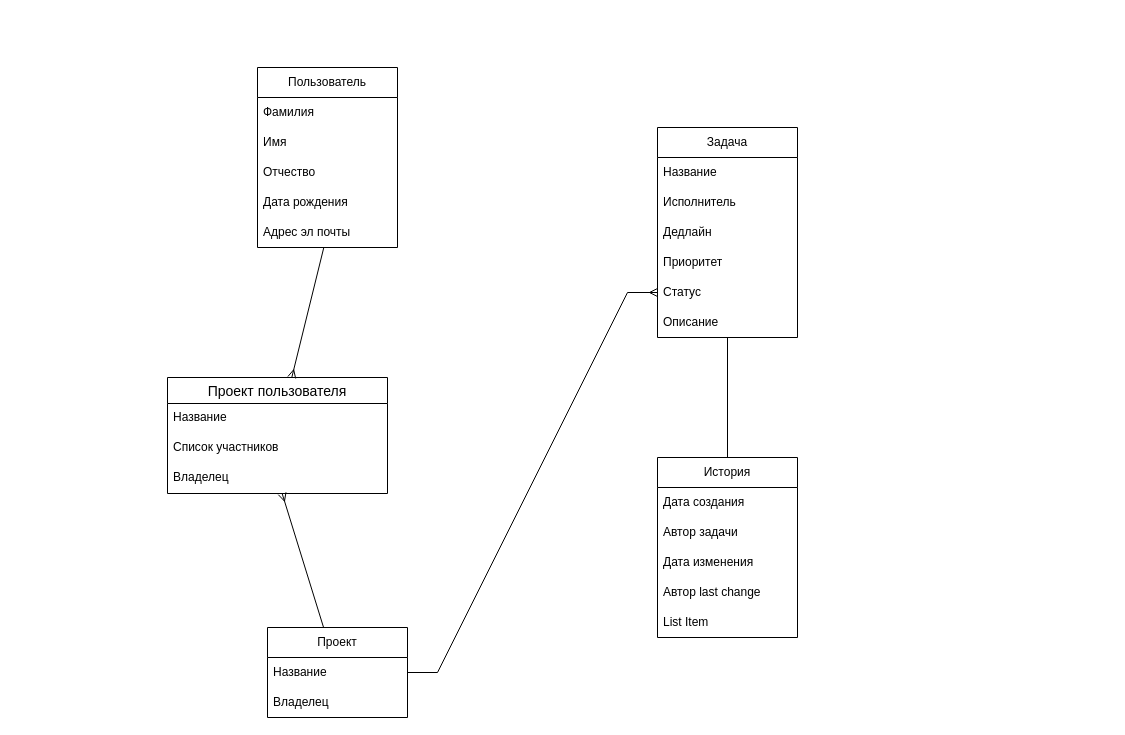
This is page "ER-диаграмма" (1 of 3) of doc/erd.drawio from DeeMassG/Task-Tracker, a draw.io file, before an edit. Source tidied: cells renumbered, new cells numbered last; positions are measured from the earlier drawing's top-left corner, leaving out a move shared by most shapes. Both pictures are drawn from the tidied source at 100%, with x=0, y=0 at pixel (167, 67).
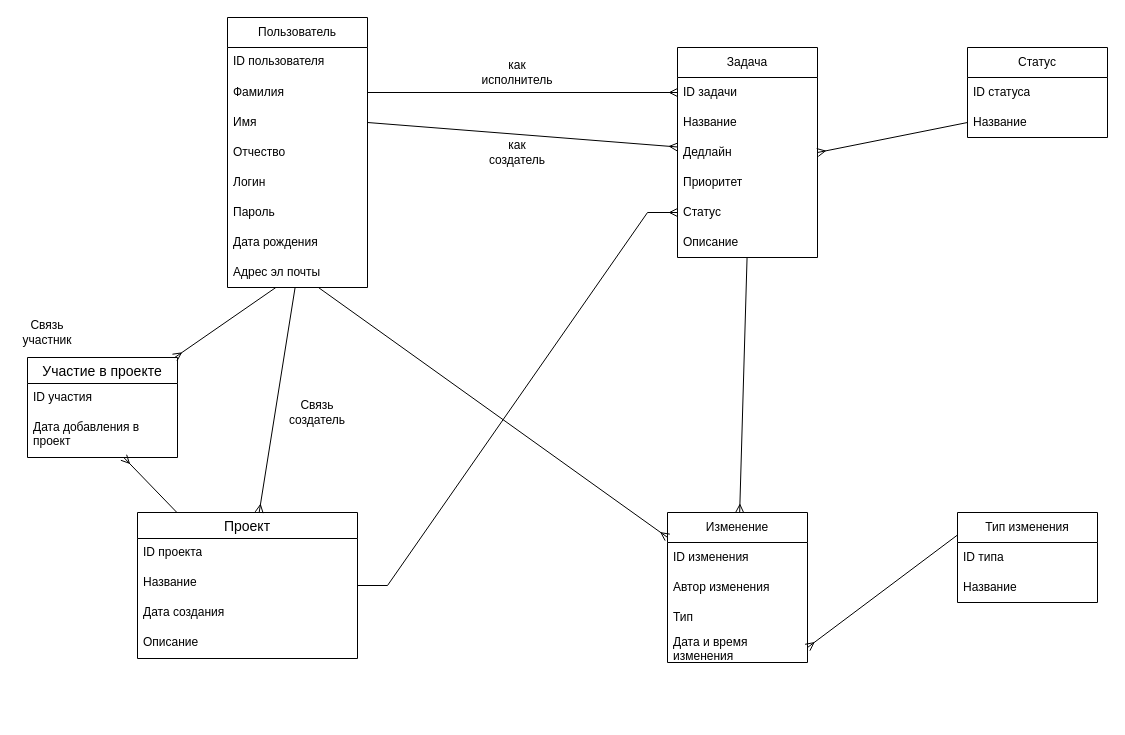
After the change.

The change refers to these unchanged cells:
```xml
<mxCell id="14" value="Дедлайн" style="text;strokeColor=none;fillColor=none;align=left;verticalAlign=middle;spacingLeft=4;spacingRight=4;overflow=hidden;points=[[0,0.5],[1,0.5]];portConstraint=eastwest;whiteSpace=wrap;html=1;" parent="11" vertex="1">
  <mxGeometry y="90" width="140" height="30" as="geometry" />
</mxCell>
<mxCell id="16" value="Статус" style="text;strokeColor=none;fillColor=none;align=left;verticalAlign=middle;spacingLeft=4;spacingRight=4;overflow=hidden;points=[[0,0.5],[1,0.5]];portConstraint=eastwest;whiteSpace=wrap;html=1;" parent="11" vertex="1">
  <mxGeometry y="150" width="140" height="30" as="geometry" />
</mxCell>
<mxCell id="17" value="Описание" style="text;strokeColor=none;fillColor=none;align=left;verticalAlign=middle;spacingLeft=4;spacingRight=4;overflow=hidden;points=[[0,0.5],[1,0.5]];portConstraint=eastwest;whiteSpace=wrap;html=1;" parent="11" vertex="1">
  <mxGeometry y="180" width="140" height="30" as="geometry" />
</mxCell>
```

The edit, as a diff of the source:
```diff
@@
     <mxCell id="2" value="Пользователь" style="swimlane;fontStyle=0;horizontal=1;startSize=30;whiteSpace=wrap;html=1;" parent="1" vertex="1">
-      <mxGeometry x="90" width="140" height="180" as="geometry" />
+      <mxGeometry x="60" y="-50" width="140" height="270" as="geometry" />
     </mxCell>
+    <mxCell id="32" value="ID пользователя" style="text;strokeColor=none;fillColor=none;spacingLeft=4;spacingRight=4;overflow=hidden;fontSize=12;whiteSpace=wrap;html=1;" parent="2" vertex="1">
+      <mxGeometry y="30" width="140" height="30" as="geometry" />
+    </mxCell>
     <mxCell id="3" value="Фамилия" style="text;strokeColor=none;fillColor=none;align=left;verticalAlign=middle;spacingLeft=4;spacingRight=4;overflow=hidden;points=[[0,0.5],[1,0.5]];portConstraint=eastwest;whiteSpace=wrap;html=1;" parent="2" vertex="1">
-      <mxGeometry y="30" width="140" height="30" as="geometry" />
+      <mxGeometry y="60" width="140" height="30" as="geometry" />
     </mxCell>
     <mxCell id="4" value="Имя" style="text;strokeColor=none;fillColor=none;align=left;verticalAlign=middle;spacingLeft=4;spacingRight=4;overflow=hidden;points=[[0,0.5],[1,0.5]];portConstraint=eastwest;whiteSpace=wrap;html=1;" parent="2" vertex="1">
-      <mxGeometry y="60" width="140" height="30" as="geometry" />
+      <mxGeometry y="90" width="140" height="30" as="geometry" />
     </mxCell>
     <mxCell id="5" value="Отчество" style="text;strokeColor=none;fillColor=none;align=left;verticalAlign=middle;spacingLeft=4;spacingRight=4;overflow=hidden;whiteSpace=wrap;html=1;" parent="2" vertex="1">
-      <mxGeometry y="90" width="140" height="30" as="geometry" />
+      <mxGeometry y="120" width="140" height="30" as="geometry" />
     </mxCell>
+    <mxCell id="33" value="&lt;span style=&quot;text-align: center;&quot;&gt;Логин&lt;/span&gt;" style="text;strokeColor=none;fillColor=none;align=left;verticalAlign=middle;spacingLeft=4;spacingRight=4;overflow=hidden;whiteSpace=wrap;html=1;" parent="2" vertex="1">
+      <mxGeometry y="150" width="140" height="30" as="geometry" />
+    </mxCell>
+    <mxCell id="34" value="&lt;span style=&quot;text-align: center;&quot;&gt;Пароль&lt;/span&gt;" style="text;strokeColor=none;fillColor=none;align=left;verticalAlign=middle;spacingLeft=4;spacingRight=4;overflow=hidden;whiteSpace=wrap;html=1;" parent="2" vertex="1">
+      <mxGeometry y="180" width="140" height="30" as="geometry" />
+    </mxCell>
     <mxCell id="6" value="&lt;span style=&quot;text-align: center;&quot;&gt;Дата рождения&lt;/span&gt;" style="text;strokeColor=none;fillColor=none;align=left;verticalAlign=middle;spacingLeft=4;spacingRight=4;overflow=hidden;whiteSpace=wrap;html=1;" parent="2" vertex="1">
-      <mxGeometry y="120" width="140" height="30" as="geometry" />
+      <mxGeometry y="210" width="140" height="30" as="geometry" />
     </mxCell>
     <mxCell id="7" value="Адрес эл почты" style="text;strokeColor=none;fillColor=none;align=left;verticalAlign=middle;spacingLeft=4;spacingRight=4;overflow=hidden;points=[[0,0.5],[1,0.5]];portConstraint=eastwest;whiteSpace=wrap;html=1;" parent="2" vertex="1">
-      <mxGeometry y="150" width="140" height="30" as="geometry" />
+      <mxGeometry y="240" width="140" height="30" as="geometry" />
     </mxCell>
-    <mxCell id="8" value="Проект" style="swimlane;fontStyle=0;horizontal=1;startSize=30;whiteSpace=wrap;html=1;" parent="1" vertex="1">
-      <mxGeometry x="100" y="560" width="140" height="90" as="geometry" />
-    </mxCell>
-    <mxCell id="9" value="Название" style="text;strokeColor=none;fillColor=none;align=left;verticalAlign=middle;spacingLeft=4;spacingRight=4;overflow=hidden;whiteSpace=wrap;html=1;" parent="8" vertex="1">
-      <mxGeometry y="30" width="140" height="30" as="geometry" />
-    </mxCell>
-    <mxCell id="10" value="Владелец" style="text;strokeColor=none;fillColor=none;align=left;verticalAlign=middle;spacingLeft=4;spacingRight=4;overflow=hidden;whiteSpace=wrap;html=1;" parent="8" vertex="1">
-      <mxGeometry y="60" width="140" height="30" as="geometry" />
-    </mxCell>
     <mxCell id="11" value="Задача" style="swimlane;fontStyle=0;horizontal=1;startSize=30;whiteSpace=wrap;html=1;" parent="1" vertex="1">
-      <mxGeometry x="490" y="60" width="140" height="210" as="geometry" />
+      <mxGeometry x="510" y="-20" width="140" height="210" as="geometry" />
     </mxCell>
+    <mxCell id="35" value="ID задачи" style="text;strokeColor=none;fillColor=none;align=left;verticalAlign=middle;spacingLeft=4;spacingRight=4;overflow=hidden;points=[[0,0.5],[1,0.5]];portConstraint=eastwest;whiteSpace=wrap;html=1;" parent="11" vertex="1">
+      <mxGeometry y="30" width="140" height="30" as="geometry" />
+    </mxCell>
     <mxCell id="12" value="Название" style="text;strokeColor=none;fillColor=none;align=left;verticalAlign=middle;spacingLeft=4;spacingRight=4;overflow=hidden;whiteSpace=wrap;html=1;" parent="11" vertex="1">
-      <mxGeometry y="30" width="140" height="30" as="geometry" />
+      <mxGeometry y="60" width="140" height="30" as="geometry" />
     </mxCell>
-    <mxCell id="13" value="Исполнитель" style="text;strokeColor=none;fillColor=none;align=left;verticalAlign=middle;spacingLeft=4;spacingRight=4;overflow=hidden;whiteSpace=wrap;html=1;" parent="11" vertex="1">
-      <mxGeometry y="60" width="140" height="30" as="geometry" />
-    </mxCell>
@@
-    <mxCell id="18" value="История" style="swimlane;fontStyle=0;horizontal=1;startSize=30;whiteSpace=wrap;html=1;" parent="1" vertex="1">
-      <mxGeometry x="490" y="390" width="140" height="180" as="geometry" />
+    <mxCell id="18" value="Изменение" style="swimlane;fontStyle=0;horizontal=1;startSize=30;whiteSpace=wrap;html=1;" parent="1" vertex="1">
+      <mxGeometry x="500" y="445" width="140" height="150" as="geometry" />
     </mxCell>
-    <mxCell id="19" value="Дата создания" style="text;strokeColor=none;fillColor=none;align=left;verticalAlign=middle;spacingLeft=4;spacingRight=4;overflow=hidden;whiteSpace=wrap;html=1;" parent="18" vertex="1">
+    <mxCell id="19" value="ID изменения" style="text;strokeColor=none;fillColor=none;align=left;verticalAlign=middle;spacingLeft=4;spacingRight=4;overflow=hidden;whiteSpace=wrap;html=1;" parent="18" vertex="1">
       <mxGeometry y="30" width="140" height="30" as="geometry" />
     </mxCell>
-    <mxCell id="20" value="Автор задачи" style="text;strokeColor=none;fillColor=none;align=left;verticalAlign=middle;spacingLeft=4;spacingRight=4;overflow=hidden;whiteSpace=wrap;html=1;" parent="18" vertex="1">
-      <mxGeometry y="60" width="140" height="30" as="geometry" />
-    </mxCell>
-    <mxCell id="21" value="Дата изменения" style="text;strokeColor=none;fillColor=none;align=left;verticalAlign=middle;spacingLeft=4;spacingRight=4;overflow=hidden;whiteSpace=wrap;html=1;" parent="18" vertex="1">
-      <mxGeometry y="90" width="140" height="30" as="geometry" />
-    </mxCell>
-    <mxCell id="22" value="Автор last change" style="text;strokeColor=none;fillColor=none;align=left;verticalAlign=middle;spacingLeft=4;spacingRight=4;overflow=hidden;whiteSpace=wrap;html=1;" parent="18" vertex="1">
-      <mxGeometry y="120" width="140" height="30" as="geometry" />
-    </mxCell>
-    <mxCell id="23" value="List Item" style="text;strokeColor=none;fillColor=none;align=left;verticalAlign=middle;spacingLeft=4;spacingRight=4;overflow=hidden;whiteSpace=wrap;html=1;" parent="18" vertex="1">
-      <mxGeometry y="150" width="140" height="30" as="geometry" />
-    </mxCell>
+    <mxCell id="36" value="Автор изменения" style="text;strokeColor=none;fillColor=none;align=left;verticalAlign=middle;spacingLeft=4;spacingRight=4;overflow=hidden;whiteSpace=wrap;html=1;" parent="18" vertex="1">
+      <mxGeometry y="60" width="140" height="30" as="geometry" />
+    </mxCell>
+    <mxCell id="37" value="Тип" style="text;strokeColor=none;fillColor=none;align=left;verticalAlign=middle;spacingLeft=4;spacingRight=4;overflow=hidden;whiteSpace=wrap;html=1;" parent="18" vertex="1">
+      <mxGeometry y="90" width="140" height="30" as="geometry" />
+    </mxCell>
+    <mxCell id="38" value="Дата и время изменения" style="text;strokeColor=none;fillColor=none;align=left;verticalAlign=middle;spacingLeft=4;spacingRight=4;overflow=hidden;points=[[0,0.5],[1,0.5]];portConstraint=eastwest;whiteSpace=wrap;html=1;" parent="18" vertex="1">
+      <mxGeometry y="120" width="140" height="30" as="geometry" />
+    </mxCell>
-    <mxCell id="24" value="Проект пользователя" style="swimlane;fontStyle=0;horizontal=1;startSize=26;align=center;fontSize=14;" parent="1" vertex="1">
-      <mxGeometry y="310" width="220" height="116" as="geometry" />
+    <mxCell id="24" value="Проект" style="swimlane;fontStyle=0;horizontal=1;startSize=26;align=center;fontSize=14;" parent="1" vertex="1">
+      <mxGeometry x="-30" y="445" width="220" height="146" as="geometry" />
     </mxCell>
+    <mxCell id="39" value="ID проекта" style="text;strokeColor=none;fillColor=none;spacingLeft=4;spacingRight=4;overflow=hidden;fontSize=12;whiteSpace=wrap;html=1;" parent="24" vertex="1">
+      <mxGeometry y="26" width="220" height="30" as="geometry" />
+    </mxCell>
     <mxCell id="25" value="Название" style="text;strokeColor=none;fillColor=none;spacingLeft=4;spacingRight=4;overflow=hidden;fontSize=12;whiteSpace=wrap;html=1;" parent="24" vertex="1">
-      <mxGeometry y="26" width="220" height="30" as="geometry" />
+      <mxGeometry y="56" width="220" height="30" as="geometry" />
     </mxCell>
-    <mxCell id="26" value="Список участников" style="text;strokeColor=none;fillColor=none;spacingLeft=4;spacingRight=4;overflow=hidden;fontSize=12;whiteSpace=wrap;html=1;" parent="24" vertex="1">
-      <mxGeometry y="56" width="220" height="30" as="geometry" />
-    </mxCell>
-    <mxCell id="27" value="Владелец" style="text;strokeColor=none;fillColor=none;spacingLeft=4;spacingRight=4;overflow=hidden;points=[[0,0.5],[1,0.5]];portConstraint=eastwest;fontSize=12;whiteSpace=wrap;html=1;" parent="24" vertex="1">
+    <mxCell id="27" value="Дата создания" style="text;strokeColor=none;fillColor=none;spacingLeft=4;spacingRight=4;overflow=hidden;points=[[0,0.5],[1,0.5]];portConstraint=eastwest;fontSize=12;whiteSpace=wrap;html=1;" parent="24" vertex="1">
       <mxGeometry y="86" width="220" height="30" as="geometry" />
     </mxCell>
+    <mxCell id="40" value="Описание&amp;nbsp;" style="text;strokeColor=none;fillColor=none;spacingLeft=4;spacingRight=4;overflow=hidden;fontSize=12;whiteSpace=wrap;html=1;" parent="24" vertex="1">
+      <mxGeometry y="116" width="220" height="30" as="geometry" />
+    </mxCell>
@@
-    <mxCell id="29" style="fontSize=12;html=1;endArrow=ERmany;rounded=0;" parent="1" edge="1" source="8" target="27">
-      <mxGeometry relative="1" as="geometry" />
-    </mxCell>
-    <mxCell id="30" style="fontSize=12;html=1;endArrow=ERmany;rounded=0;edgeStyle=entityRelationEdgeStyle;" parent="1" edge="1" source="8" target="16">
+    <mxCell id="30" style="fontSize=12;html=1;endArrow=ERmany;rounded=0;edgeStyle=entityRelationEdgeStyle;" parent="1" edge="1" source="24" target="16">
       <mxGeometry relative="1" as="geometry" />
     </mxCell>
-    <mxCell id="31" style="endArrow=none;html=1;rounded=0;" parent="1" edge="1" source="18" target="17">
-      <mxGeometry relative="1" as="geometry" />
-    </mxCell>
+    <mxCell id="41" value="Участие в проекте" style="swimlane;fontStyle=0;horizontal=1;startSize=26;align=center;fontSize=14;" parent="1" vertex="1">
+      <mxGeometry x="-140" y="290" width="150" height="100" as="geometry" />
+    </mxCell>
+    <mxCell id="42" value="ID участия" style="text;strokeColor=none;fillColor=none;spacingLeft=4;spacingRight=4;overflow=hidden;fontSize=12;whiteSpace=wrap;html=1;" parent="41" vertex="1">
+      <mxGeometry y="26" width="150" height="30" as="geometry" />
+    </mxCell>
+    <mxCell id="43" value="Дата добавления в проект" style="text;strokeColor=none;fillColor=none;spacingLeft=4;spacingRight=4;overflow=hidden;points=[[0,0.5],[1,0.5]];portConstraint=eastwest;fontSize=12;whiteSpace=wrap;html=1;" parent="41" vertex="1">
+      <mxGeometry y="56" width="150" height="44" as="geometry" />
+    </mxCell>
+    <mxCell id="44" style="fontSize=12;html=1;endArrow=ERmany;rounded=0;" parent="1" edge="1" source="24" target="43">
+      <mxGeometry relative="1" as="geometry" />
+    </mxCell>
+    <mxCell id="45" style="fontSize=12;html=1;endArrow=ERmany;rounded=0;" parent="1" edge="1" source="7" target="41">
+      <mxGeometry relative="1" as="geometry" />
+    </mxCell>
+    <mxCell id="46" value="Связь создатель" style="text;html=1;whiteSpace=wrap;strokeColor=none;fillColor=none;align=center;verticalAlign=middle;rounded=0;" parent="1" vertex="1">
+      <mxGeometry x="120" y="330" width="60" height="30" as="geometry" />
+    </mxCell>
+    <mxCell id="47" value="Связь участник" style="text;html=1;whiteSpace=wrap;strokeColor=none;fillColor=none;align=center;verticalAlign=middle;rounded=0;" parent="1" vertex="1">
+      <mxGeometry x="-150" y="250" width="60" height="30" as="geometry" />
+    </mxCell>
+    <mxCell id="48" style="fontSize=12;html=1;endArrow=ERmany;rounded=0;" parent="1" edge="1" source="17" target="18">
+      <mxGeometry relative="1" as="geometry" />
+    </mxCell>
+    <mxCell id="49" value="Тип изменения" style="swimlane;fontStyle=0;horizontal=1;startSize=30;whiteSpace=wrap;html=1;" parent="1" vertex="1">
+      <mxGeometry x="790" y="445" width="140" height="90" as="geometry" />
+    </mxCell>
+    <mxCell id="50" value="ID типа" style="text;strokeColor=none;fillColor=none;align=left;verticalAlign=middle;spacingLeft=4;spacingRight=4;overflow=hidden;whiteSpace=wrap;html=1;" parent="49" vertex="1">
+      <mxGeometry y="30" width="140" height="30" as="geometry" />
+    </mxCell>
+    <mxCell id="51" value="Название" style="text;strokeColor=none;fillColor=none;align=left;verticalAlign=middle;spacingLeft=4;spacingRight=4;overflow=hidden;whiteSpace=wrap;html=1;" parent="49" vertex="1">
+      <mxGeometry y="60" width="140" height="30" as="geometry" />
+    </mxCell>
+    <mxCell id="52" style="fontSize=12;html=1;endArrow=ERmany;rounded=0;exitX=0;exitY=0.25;exitDx=0;exitDy=0;entryX=1;entryY=0.5;entryDx=0;entryDy=0;" parent="1" edge="1" source="49" target="38">
+      <mxGeometry relative="1" as="geometry" />
+    </mxCell>
+    <mxCell id="53" style="fontSize=12;html=1;endArrow=ERmany;rounded=0;exitX=1;exitY=0.5;exitDx=0;exitDy=0;" parent="1" edge="1" source="3" target="35">
+      <mxGeometry relative="1" as="geometry" />
+    </mxCell>
+    <mxCell id="54" value="как исполнитель" style="text;html=1;whiteSpace=wrap;strokeColor=none;fillColor=none;align=center;verticalAlign=middle;rounded=0;" parent="1" vertex="1">
+      <mxGeometry x="320" y="-10" width="60" height="30" as="geometry" />
+    </mxCell>
+    <mxCell id="55" style="fontSize=12;html=1;endArrow=ERmany;rounded=0;exitX=1;exitY=0.5;exitDx=0;exitDy=0;" parent="1" edge="1" source="4" target="14">
+      <mxGeometry relative="1" as="geometry" />
+    </mxCell>
+    <mxCell id="56" value="как создатель" style="text;html=1;whiteSpace=wrap;strokeColor=none;fillColor=none;align=center;verticalAlign=middle;rounded=0;" parent="1" vertex="1">
+      <mxGeometry x="320" y="70" width="60" height="30" as="geometry" />
+    </mxCell>
+    <mxCell id="57" value="Статус" style="swimlane;fontStyle=0;horizontal=1;startSize=30;whiteSpace=wrap;html=1;" parent="1" vertex="1">
+      <mxGeometry x="800" y="-20" width="140" height="90" as="geometry" />
+    </mxCell>
+    <mxCell id="58" value="ID статуса" style="text;strokeColor=none;fillColor=none;align=left;verticalAlign=middle;spacingLeft=4;spacingRight=4;overflow=hidden;whiteSpace=wrap;html=1;" parent="57" vertex="1">
+      <mxGeometry y="30" width="140" height="30" as="geometry" />
+    </mxCell>
+    <mxCell id="59" value="Название" style="text;strokeColor=none;fillColor=none;align=left;verticalAlign=middle;spacingLeft=4;spacingRight=4;overflow=hidden;points=[[0,0.5],[1,0.5]];portConstraint=eastwest;whiteSpace=wrap;html=1;" parent="57" vertex="1">
+      <mxGeometry y="60" width="140" height="30" as="geometry" />
+    </mxCell>
+    <mxCell id="60" style="fontSize=12;html=1;endArrow=ERmany;rounded=0;entryX=1;entryY=0.5;entryDx=0;entryDy=0;exitX=0;exitY=0.5;exitDx=0;exitDy=0;" parent="1" edge="1" source="59" target="14">
+      <mxGeometry relative="1" as="geometry" />
+    </mxCell>
+    <mxCell id="61" style="fontSize=12;html=1;endArrow=ERmany;rounded=0;" parent="1" edge="1" source="7" target="18">
+      <mxGeometry relative="1" as="geometry" />
+    </mxCell>
```
